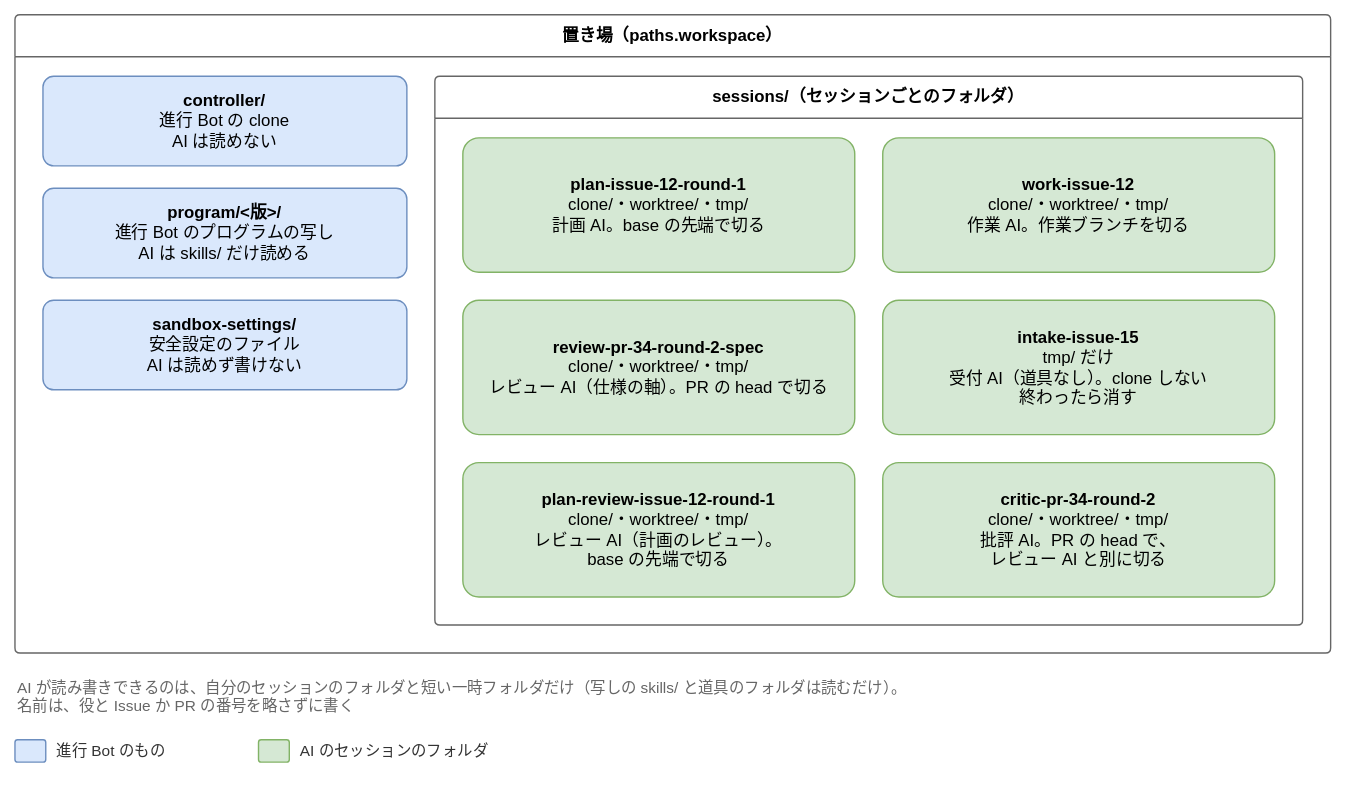
The draw.io diagram docs/design/basic/diagrams/03-roles-and-workspaces.drawio.svg in Joymerrevent/dev-autopilot, before a commit. Source tidied: cells renumbered, new cells last; positions are measured from the earlier drawing's top-left corner, leaving out a move shared by most shapes.
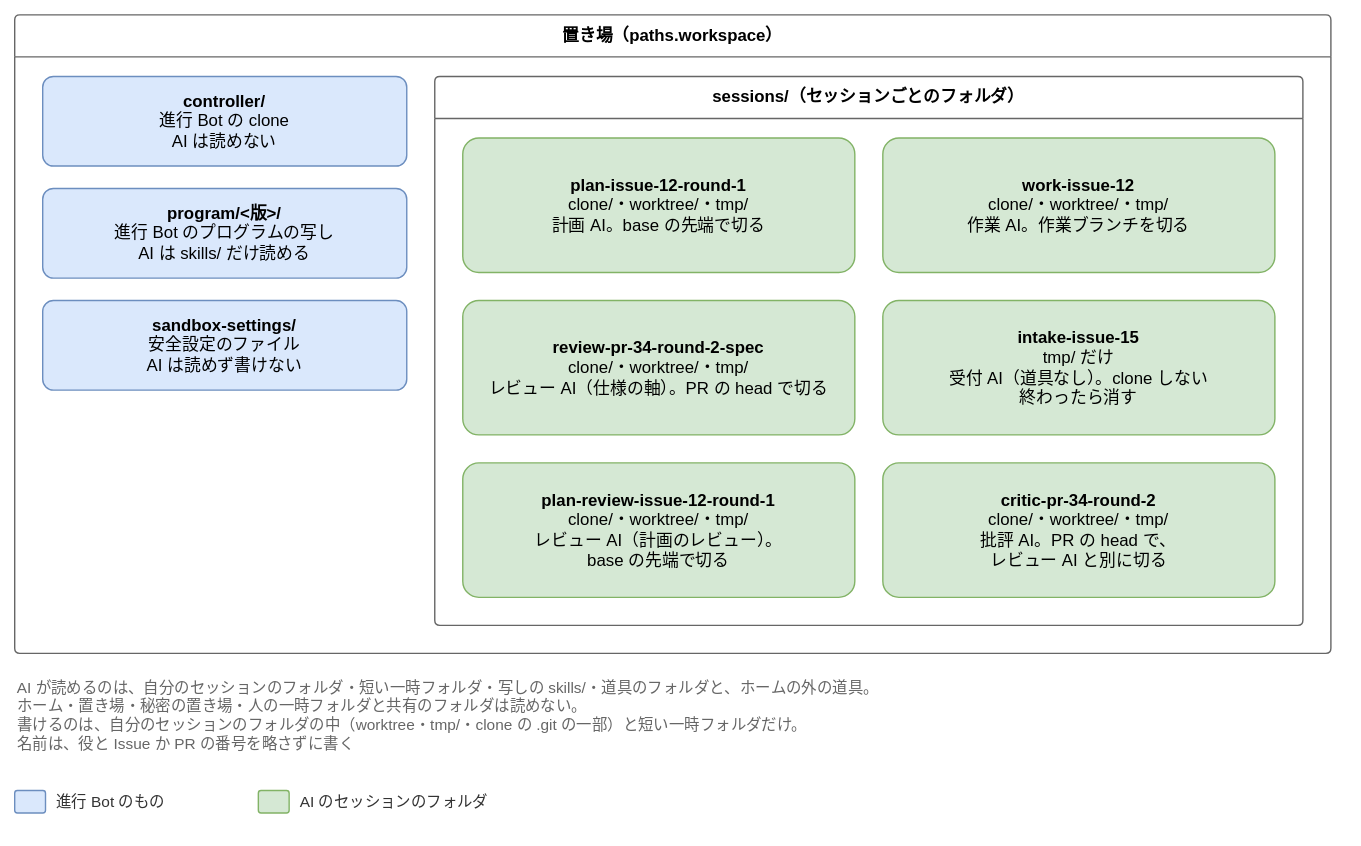
The same diagram one commit later.

The edit, as a diff of the source:
```diff
@@ -3,7 +3,7 @@
     <mxCell id="0" />
     <mxCell id="1" parent="0" />
     <mxCell id="2" value="置き場（paths.workspace）" style="swimlane;startSize=30;html=1;whiteSpace=wrap;rounded=1;arcSize=4;fontStyle=1;fontSize=12;strokeColor=#666666;fillColor=none;swimlaneFillColor=none;" parent="1" vertex="1">
-      <mxGeometry width="940" height="456" as="geometry" />
+      <mxGeometry y="-36" width="940" height="456" as="geometry" />
     </mxCell>
     <mxCell id="3" value="&lt;b&gt;controller/&lt;/b&gt;&lt;br&gt;進行 Bot の clone&lt;br&gt;AI は読めない" style="rounded=1;whiteSpace=wrap;html=1;fontSize=12;arcSize=12;spacing=12;fillColor=#dae8fc;strokeColor=#6c8ebf;" parent="2" vertex="1">
       <mxGeometry x="20" y="44" width="260" height="64" as="geometry" />
@@ -15,7 +15,7 @@
       <mxGeometry x="20" y="204" width="260" height="64" as="geometry" />
     </mxCell>
     <mxCell id="6" value="sessions/（セッションごとのフォルダ）" style="swimlane;startSize=30;html=1;whiteSpace=wrap;rounded=1;arcSize=4;fontStyle=1;fontSize=12;strokeColor=#666666;fillColor=none;swimlaneFillColor=none;" parent="1" vertex="1">
-      <mxGeometry x="300" y="44" width="620" height="392" as="geometry" />
+      <mxGeometry x="300" y="8" width="620" height="392" as="geometry" />
     </mxCell>
     <mxCell id="7" value="&lt;b&gt;plan-issue-12-round-1&lt;/b&gt;&lt;br&gt;clone/・worktree/・tmp/&lt;br&gt;計画 AI。base の先端で切る" style="rounded=1;whiteSpace=wrap;html=1;fontSize=12;arcSize=12;spacing=12;fillColor=#d5e8d4;strokeColor=#82b366;" parent="6" vertex="1">
       <mxGeometry x="20" y="44" width="280" height="96" as="geometry" />
@@ -35,8 +35,8 @@
     <mxCell id="12" value="&lt;b&gt;critic-pr-34-round-2&lt;/b&gt;&lt;br&gt;clone/・worktree/・tmp/&lt;br&gt;批評 AI。PR の head で、&lt;br&gt;レビュー AI と別に切る" style="rounded=1;whiteSpace=wrap;html=1;fontSize=12;arcSize=12;spacing=12;fillColor=#d5e8d4;strokeColor=#82b366;" parent="6" vertex="1">
       <mxGeometry x="320" y="276" width="280" height="96" as="geometry" />
     </mxCell>
-    <mxCell id="13" value="AI が読み書きできるのは、自分のセッションのフォルダと短い一時フォルダだけ（写しの skills/ と道具のフォルダは読むだけ）。&lt;br&gt;名前は、役と Issue か PR の番号を略さずに書く" style="text;html=1;whiteSpace=wrap;align=left;verticalAlign=top;fontSize=11;fontColor=#666666;" parent="1" vertex="1">
-      <mxGeometry y="468" width="940" height="40" as="geometry" />
+    <mxCell id="13" value="AI が読めるのは、自分のセッションのフォルダ・短い一時フォルダ・写しの skills/・道具のフォルダと、ホームの外の道具。&lt;br&gt;ホーム・置き場・秘密の置き場・人の一時フォルダと共有のフォルダは読めない。&lt;br&gt;書けるのは、自分のセッションのフォルダの中（worktree・tmp/・clone の .git の一部）と短い一時フォルダだけ。&lt;br&gt;名前は、役と Issue か PR の番号を略さずに書く" style="text;html=1;whiteSpace=wrap;align=left;verticalAlign=top;fontSize=11;fontColor=#666666;" parent="1" vertex="1">
+      <mxGeometry y="432" width="940" height="72" as="geometry" />
     </mxCell>
     <mxCell id="14" style="rounded=1;whiteSpace=wrap;html=1;fontSize=12;arcSize=12;spacing=12;fillColor=#dae8fc;strokeColor=#6c8ebf;" parent="1" vertex="1">
       <mxGeometry y="518" width="22" height="16" as="geometry" />
```
